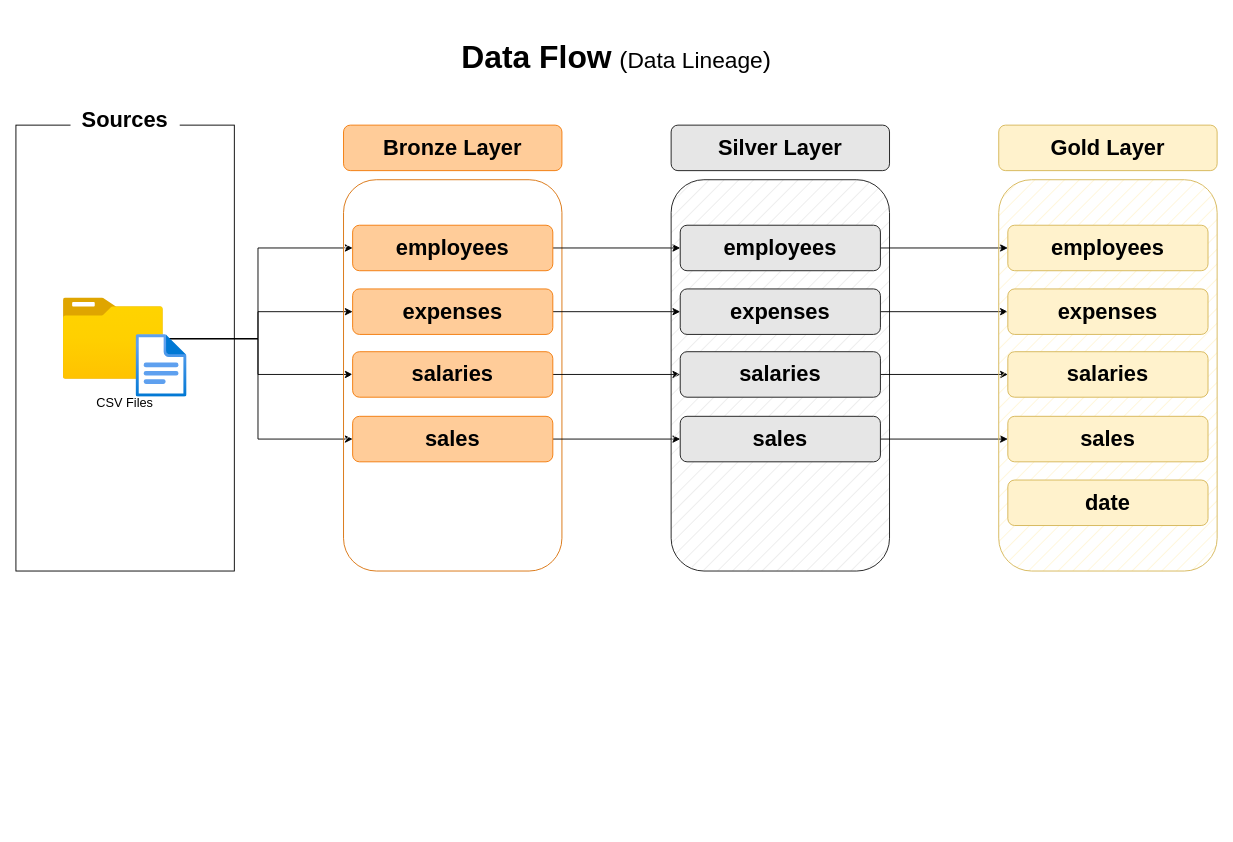
This is Data Engineer Projects/Sales Data Warehouse/docs/docs/Data Flow.drawio from marthag0311/Projects, a draw.io file, before an edit. Source tidied: cells renumbered, new cells numbered last; positions are measured from the earlier drawing's top-left corner, leaving out a move shared by most shapes. Both pictures are drawn from the tidied source at 91%, with x=0, y=0 at pixel (15, 15).
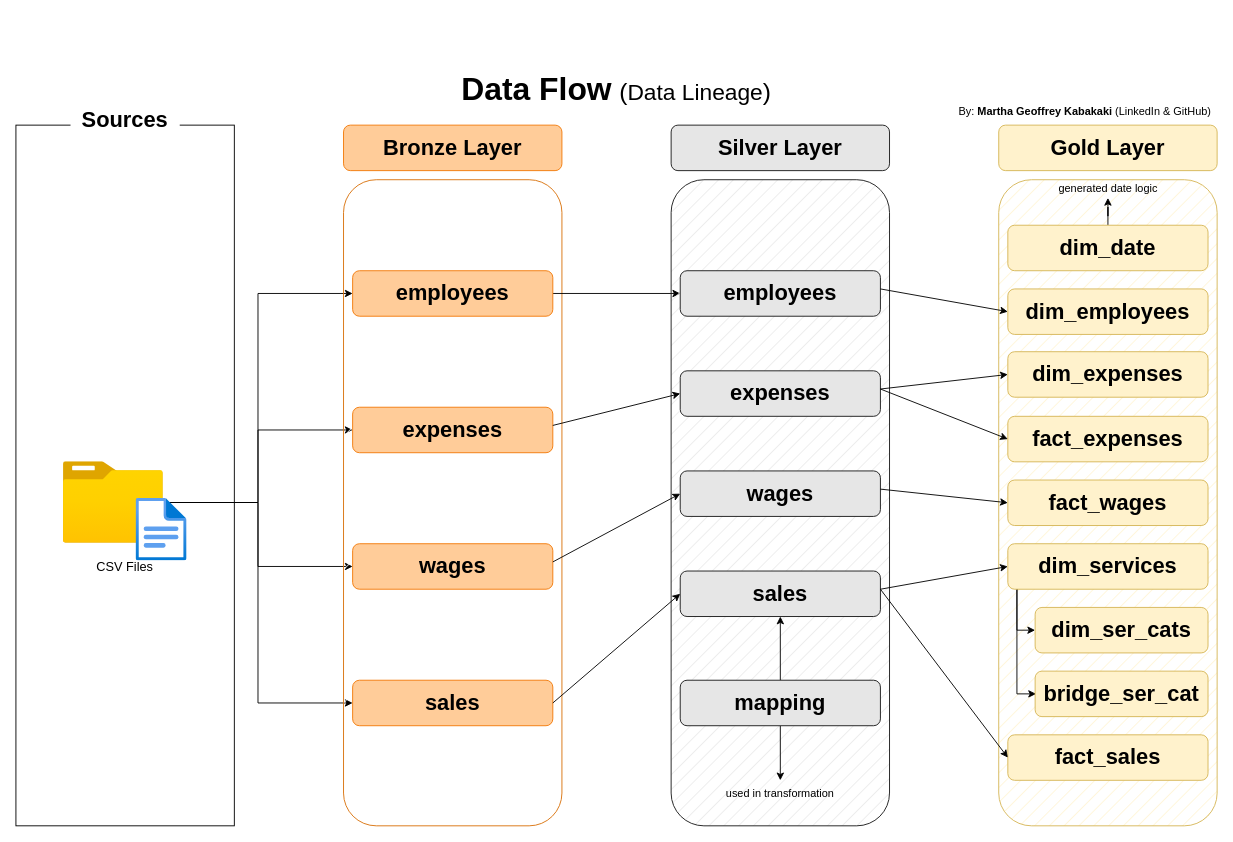
The same page after the edit.

The edit, as a diff of the source:
```diff
@@
     <mxCell id="2" style="rounded=0;whiteSpace=wrap;html=1;gradientColor=none;fillStyle=hatch;" parent="1" vertex="1">
-      <mxGeometry y="120" width="240" height="490" as="geometry" />
+      <mxGeometry y="120" width="240" height="770" as="geometry" />
     </mxCell>
@@
     <mxCell id="8" style="image;html=1;points=[];align=center;fontSize=12;image=img/lib/azure2/general/Folder_Blank.svg;" parent="1" vertex="1">
-      <mxGeometry x="52" y="310" width="110" height="89.3" as="geometry" />
+      <mxGeometry x="52" y="490" width="110" height="89.3" as="geometry" />
     </mxCell>
     <mxCell id="9" style="image;html=1;align=center;fontSize=12;image=img/lib/azure2/general/File.svg;" parent="1" vertex="1">
-      <mxGeometry x="132" y="350" width="56" height="69" as="geometry" />
+      <mxGeometry x="132" y="530" width="56" height="69" as="geometry" />
     </mxCell>
     <mxCell id="10" value="&lt;font style=&quot;font-size: 14px;&quot;&gt;CSV Files&lt;/font&gt;" style="text;html=1;align=center;verticalAlign=middle;whiteSpace=wrap;rounded=0;" parent="1" vertex="1">
-      <mxGeometry x="40" y="410" width="160" height="30" as="geometry" />
+      <mxGeometry x="40" y="590" width="160" height="30" as="geometry" />
     </mxCell>
     <mxCell id="11" style="rounded=1;whiteSpace=wrap;html=1;gradientColor=none;fillStyle=hatch;strokeColor=#d97008;" parent="1" vertex="1">
-      <mxGeometry x="360" y="180" width="240" height="430" as="geometry" />
+      <mxGeometry x="360" y="180" width="240" height="710" as="geometry" />
     </mxCell>
@@
     <mxCell id="14" value="&lt;font style=&quot;font-size: 24px;&quot;&gt;&lt;b&gt;employees&lt;/b&gt;&lt;/font&gt;" style="rounded=1;whiteSpace=wrap;html=1;fillColor=#FFCC99;strokeColor=#f27907;" parent="1" vertex="1">
-      <mxGeometry x="370" y="230" width="220" height="50" as="geometry" />
+      <mxGeometry x="370" y="280" width="220" height="50" as="geometry" />
     </mxCell>
-    <mxCell id="15" style="edgeStyle=orthogonalEdgeStyle;rounded=0;jettySize=auto;html=1;exitX=1;exitY=0.5;exitDx=0;exitDy=0;entryX=0;entryY=0.5;entryDx=0;entryDy=0;" parent="1" edge="1" source="16" target="26">
-      <mxGeometry relative="1" as="geometry" />
-    </mxCell>
     <mxCell id="16" value="&lt;font style=&quot;font-size: 24px;&quot;&gt;&lt;b&gt;expenses&lt;/b&gt;&lt;/font&gt;" style="rounded=1;whiteSpace=wrap;html=1;fillColor=#FFCC99;strokeColor=#f27907;" parent="1" vertex="1">
-      <mxGeometry x="370" y="300" width="220" height="50" as="geometry" />
+      <mxGeometry x="370" y="430" width="220" height="50" as="geometry" />
     </mxCell>
-    <mxCell id="17" style="edgeStyle=orthogonalEdgeStyle;rounded=0;jettySize=auto;html=1;exitX=1;exitY=0.5;exitDx=0;exitDy=0;entryX=0;entryY=0.5;entryDx=0;entryDy=0;" parent="1" edge="1" source="18" target="28">
-      <mxGeometry relative="1" as="geometry" />
-    </mxCell>
-    <mxCell id="18" value="&lt;font style=&quot;font-size: 24px;&quot;&gt;&lt;b&gt;salaries&lt;/b&gt;&lt;/font&gt;" style="rounded=1;whiteSpace=wrap;html=1;fillColor=#FFCC99;strokeColor=#f27907;" parent="1" vertex="1">
-      <mxGeometry x="370" y="369" width="220" height="50" as="geometry" />
+    <mxCell id="18" value="&lt;span style=&quot;font-size: 24px;&quot;&gt;&lt;b&gt;wages&lt;/b&gt;&lt;/span&gt;" style="rounded=1;whiteSpace=wrap;html=1;fillColor=#FFCC99;strokeColor=#f27907;" parent="1" vertex="1">
+      <mxGeometry x="370" y="580" width="220" height="50" as="geometry" />
     </mxCell>
-    <mxCell id="19" style="edgeStyle=orthogonalEdgeStyle;rounded=0;jettySize=auto;html=1;exitX=1;exitY=0.5;exitDx=0;exitDy=0;" parent="1" edge="1" source="20" target="30">
-      <mxGeometry relative="1" as="geometry" />
-    </mxCell>
     <mxCell id="20" value="&lt;font style=&quot;font-size: 24px;&quot;&gt;&lt;b&gt;sales&lt;/b&gt;&lt;/font&gt;" style="rounded=1;whiteSpace=wrap;html=1;fillColor=#FFCC99;strokeColor=#f27907;" parent="1" vertex="1">
-      <mxGeometry x="370" y="440" width="220" height="50" as="geometry" />
+      <mxGeometry x="370" y="730" width="220" height="50" as="geometry" />
     </mxCell>
     <mxCell id="21" style="rounded=1;whiteSpace=wrap;html=1;gradientColor=none;fillStyle=hatch;strokeColor=#171717;fillColor=#e6e6e6;" parent="1" vertex="1">
-      <mxGeometry x="720" y="180" width="240" height="430" as="geometry" />
+      <mxGeometry x="720" y="180" width="240" height="710" as="geometry" />
     </mxCell>
@@
-    <mxCell id="23" style="edgeStyle=orthogonalEdgeStyle;rounded=0;jettySize=auto;html=1;entryX=0;entryY=0.5;entryDx=0;entryDy=0;" parent="1" edge="1" source="24" target="33">
-      <mxGeometry relative="1" as="geometry" />
-    </mxCell>
     <mxCell id="24" value="&lt;font style=&quot;font-size: 24px;&quot;&gt;&lt;b&gt;employees&lt;/b&gt;&lt;/font&gt;" style="rounded=1;whiteSpace=wrap;html=1;fillColor=#e6e6e6;strokeColor=#171717;" parent="1" vertex="1">
-      <mxGeometry x="730" y="230" width="220" height="50" as="geometry" />
+      <mxGeometry x="730" y="280" width="220" height="50" as="geometry" />
     </mxCell>
-    <mxCell id="25" style="edgeStyle=orthogonalEdgeStyle;rounded=0;jettySize=auto;html=1;entryX=0;entryY=0.5;entryDx=0;entryDy=0;" parent="1" edge="1" source="26" target="34">
-      <mxGeometry relative="1" as="geometry" />
-    </mxCell>
     <mxCell id="26" value="&lt;font style=&quot;font-size: 24px;&quot;&gt;&lt;b&gt;expenses&lt;/b&gt;&lt;/font&gt;" style="rounded=1;whiteSpace=wrap;html=1;fillColor=#e6e6e6;strokeColor=#171717;" parent="1" vertex="1">
-      <mxGeometry x="730" y="300" width="220" height="50" as="geometry" />
+      <mxGeometry x="730" y="390" width="220" height="50" as="geometry" />
     </mxCell>
-    <mxCell id="27" style="edgeStyle=orthogonalEdgeStyle;rounded=0;jettySize=auto;html=1;entryX=0;entryY=0.5;entryDx=0;entryDy=0;" parent="1" edge="1" source="28" target="35">
-      <mxGeometry relative="1" as="geometry" />
-    </mxCell>
-    <mxCell id="28" value="&lt;font style=&quot;font-size: 24px;&quot;&gt;&lt;b&gt;salaries&lt;/b&gt;&lt;/font&gt;" style="rounded=1;whiteSpace=wrap;html=1;fillColor=#e6e6e6;strokeColor=#171717;" parent="1" vertex="1">
-      <mxGeometry x="730" y="369" width="220" height="50" as="geometry" />
+    <mxCell id="28" value="&lt;span style=&quot;font-size: 24px;&quot;&gt;&lt;b&gt;wages&lt;/b&gt;&lt;/span&gt;" style="rounded=1;whiteSpace=wrap;html=1;fillColor=#e6e6e6;strokeColor=#171717;" parent="1" vertex="1">
+      <mxGeometry x="730" y="500" width="220" height="50" as="geometry" />
     </mxCell>
-    <mxCell id="29" style="edgeStyle=orthogonalEdgeStyle;rounded=0;jettySize=auto;html=1;entryX=0;entryY=0.5;entryDx=0;entryDy=0;" parent="1" edge="1" source="30" target="36">
-      <mxGeometry relative="1" as="geometry" />
-    </mxCell>
     <mxCell id="30" value="&lt;font style=&quot;font-size: 24px;&quot;&gt;&lt;b&gt;sales&lt;/b&gt;&lt;/font&gt;" style="rounded=1;whiteSpace=wrap;html=1;fillColor=#e6e6e6;strokeColor=#171717;" parent="1" vertex="1">
-      <mxGeometry x="730" y="440" width="220" height="50" as="geometry" />
+      <mxGeometry x="730" y="610" width="220" height="50" as="geometry" />
     </mxCell>
     <mxCell id="31" style="rounded=1;whiteSpace=wrap;html=1;fillStyle=hatch;strokeColor=#d6b656;fillColor=#fff2cc;" parent="1" vertex="1">
-      <mxGeometry x="1080" y="180" width="240" height="430" as="geometry" />
+      <mxGeometry x="1080" y="180" width="240" height="710" as="geometry" />
     </mxCell>
@@
+    <mxCell id="39" style="edgeStyle=orthogonalEdgeStyle;rounded=0;jettySize=auto;html=1;" parent="1" edge="1" source="33" target="59">
+      <mxGeometry relative="1" as="geometry" />
+    </mxCell>
-    <mxCell id="33" value="&lt;font style=&quot;font-size: 24px;&quot;&gt;&lt;b&gt;employees&lt;/b&gt;&lt;/font&gt;" style="rounded=1;whiteSpace=wrap;html=1;fillColor=#fff2cc;strokeColor=#d6b656;" parent="1" vertex="1">
+    <mxCell id="33" value="&lt;span style=&quot;font-size: 24px;&quot;&gt;&lt;b&gt;dim_date&lt;/b&gt;&lt;/span&gt;" style="rounded=1;whiteSpace=wrap;html=1;fillColor=#fff2cc;strokeColor=#d6b656;" parent="1" vertex="1">
       <mxGeometry x="1090" y="230" width="220" height="50" as="geometry" />
     </mxCell>
-    <mxCell id="34" value="&lt;font style=&quot;font-size: 24px;&quot;&gt;&lt;b&gt;expenses&lt;/b&gt;&lt;/font&gt;" style="rounded=1;whiteSpace=wrap;html=1;fillColor=#fff2cc;strokeColor=#d6b656;" parent="1" vertex="1">
+    <mxCell id="34" value="&lt;font style=&quot;font-size: 24px;&quot;&gt;&lt;b&gt;dim_employees&lt;/b&gt;&lt;/font&gt;" style="rounded=1;whiteSpace=wrap;html=1;fillColor=#fff2cc;strokeColor=#d6b656;" parent="1" vertex="1">
       <mxGeometry x="1090" y="300" width="220" height="50" as="geometry" />
     </mxCell>
-    <mxCell id="35" value="&lt;font style=&quot;font-size: 24px;&quot;&gt;&lt;b&gt;salaries&lt;/b&gt;&lt;/font&gt;" style="rounded=1;whiteSpace=wrap;html=1;fillColor=#fff2cc;strokeColor=#d6b656;" parent="1" vertex="1">
+    <mxCell id="35" value="&lt;span style=&quot;font-size: 24px;&quot;&gt;&lt;b&gt;dim_expenses&lt;/b&gt;&lt;/span&gt;" style="rounded=1;whiteSpace=wrap;html=1;fillColor=#fff2cc;strokeColor=#d6b656;" parent="1" vertex="1">
       <mxGeometry x="1090" y="369" width="220" height="50" as="geometry" />
     </mxCell>
-    <mxCell id="36" value="&lt;font style=&quot;font-size: 24px;&quot;&gt;&lt;b&gt;sales&lt;/b&gt;&lt;/font&gt;" style="rounded=1;whiteSpace=wrap;html=1;fillColor=#fff2cc;strokeColor=#d6b656;" parent="1" vertex="1">
+    <mxCell id="36" value="&lt;font style=&quot;font-size: 24px;&quot;&gt;&lt;b&gt;fact_expenses&lt;/b&gt;&lt;/font&gt;" style="rounded=1;whiteSpace=wrap;html=1;fillColor=#fff2cc;strokeColor=#d6b656;" parent="1" vertex="1">
       <mxGeometry x="1090" y="440" width="220" height="50" as="geometry" />
     </mxCell>
-    <mxCell id="37" value="&lt;font style=&quot;font-size: 24px;&quot;&gt;&lt;b&gt;date&lt;/b&gt;&lt;/font&gt;" style="rounded=1;whiteSpace=wrap;html=1;fillColor=#fff2cc;strokeColor=#d6b656;" parent="1" vertex="1">
+    <mxCell id="37" value="&lt;font style=&quot;font-size: 24px;&quot;&gt;&lt;b&gt;fact_wages&lt;/b&gt;&lt;/font&gt;" style="rounded=1;whiteSpace=wrap;html=1;fillColor=#fff2cc;strokeColor=#d6b656;" parent="1" vertex="1">
       <mxGeometry x="1090" y="510" width="220" height="50" as="geometry" />
     </mxCell>
     <mxCell id="38" value="&lt;font style=&quot;font-size: 35px;&quot;&gt;&lt;b&gt;Data Flow&lt;/b&gt;&lt;/font&gt;&lt;font style=&quot;font-size: 30px;&quot;&gt; &lt;/font&gt;&lt;font style=&quot;font-size: 27px;&quot;&gt;(&lt;/font&gt;&lt;font style=&quot;font-size: 25px;&quot;&gt;Data Lineage&lt;/font&gt;&lt;font style=&quot;font-size: 27px;&quot;&gt;)&lt;/font&gt;" style="text;html=1;align=center;verticalAlign=middle;whiteSpace=wrap;rounded=0;" parent="1" vertex="1">
-      <mxGeometry x="450" width="420" height="90" as="geometry" />
+      <mxGeometry x="450" y="60" width="420" height="40" as="geometry" />
     </mxCell>
+    <mxCell id="40" value="By: &lt;b&gt;Martha Geoffrey Kabakaki &lt;/b&gt;(LinkedIn &amp;amp; GitHub)" style="text;html=1;align=center;verticalAlign=middle;whiteSpace=wrap;rounded=0;" parent="1" vertex="1">
+      <mxGeometry x="1030" y="90" width="290" height="30" as="geometry" />
+    </mxCell>
+    <mxCell id="41" style="edgeStyle=orthogonalEdgeStyle;rounded=0;jettySize=auto;html=1;" parent="1" edge="1" source="43" target="56">
+      <mxGeometry relative="1" as="geometry" />
+    </mxCell>
+    <mxCell id="42" style="edgeStyle=orthogonalEdgeStyle;rounded=0;jettySize=auto;html=1;" parent="1" edge="1" source="43" target="30">
+      <mxGeometry relative="1" as="geometry" />
+    </mxCell>
+    <mxCell id="43" value="&lt;font style=&quot;font-size: 24px;&quot;&gt;&lt;b&gt;mapping&lt;/b&gt;&lt;/font&gt;" style="rounded=1;whiteSpace=wrap;html=1;fillColor=#e6e6e6;strokeColor=#171717;" parent="1" vertex="1">
+      <mxGeometry x="730" y="730" width="220" height="50" as="geometry" />
+    </mxCell>
+    <mxCell id="19" style="endArrow=classic;html=1;rounded=0;entryX=0;entryY=0.5;entryDx=0;entryDy=0;exitX=1;exitY=0.5;exitDx=0;exitDy=0;" parent="1" edge="1" source="20" target="30">
+      <mxGeometry relative="1" as="geometry" />
+    </mxCell>
+    <mxCell id="44" style="edgeStyle=orthogonalEdgeStyle;rounded=0;jettySize=auto;html=1;entryX=0;entryY=0.5;entryDx=0;entryDy=0;" parent="1" edge="1" source="46" target="47">
+      <mxGeometry relative="1" as="geometry">
+        <Array as="points">
+          <mxPoint x="1100" y="675" />
+        </Array>
+      </mxGeometry>
+    </mxCell>
+    <mxCell id="45" style="edgeStyle=orthogonalEdgeStyle;rounded=0;orthogonalLoop=1;jettySize=auto;html=1;entryX=0;entryY=0.5;entryDx=0;entryDy=0;" parent="1" edge="1">
+      <mxGeometry relative="1" as="geometry">
+        <mxPoint x="1101" y="630" as="sourcePoint" />
+        <mxPoint x="1121" y="745" as="targetPoint" />
+        <Array as="points">
+          <mxPoint x="1100" y="630" />
+          <mxPoint x="1100" y="745" />
+        </Array>
+      </mxGeometry>
+    </mxCell>
+    <mxCell id="46" value="&lt;span style=&quot;font-size: 24px;&quot;&gt;&lt;b&gt;dim_services&lt;/b&gt;&lt;/span&gt;" style="rounded=1;whiteSpace=wrap;html=1;fillColor=#fff2cc;strokeColor=#d6b656;" parent="1" vertex="1">
+      <mxGeometry x="1090" y="580" width="220" height="50" as="geometry" />
+    </mxCell>
+    <mxCell id="47" value="&lt;font style=&quot;font-size: 24px;&quot;&gt;&lt;b&gt;dim_ser_cats&lt;/b&gt;&lt;/font&gt;" style="rounded=1;whiteSpace=wrap;html=1;fillColor=#fff2cc;strokeColor=#d6b656;" parent="1" vertex="1">
+      <mxGeometry x="1120" y="650" width="190" height="50" as="geometry" />
+    </mxCell>
+    <mxCell id="48" value="&lt;font style=&quot;font-size: 24px;&quot;&gt;&lt;b&gt;bridge_ser_cat&lt;/b&gt;&lt;/font&gt;" style="rounded=1;whiteSpace=wrap;html=1;fillColor=#fff2cc;strokeColor=#d6b656;" parent="1" vertex="1">
+      <mxGeometry x="1120" y="720" width="190" height="50" as="geometry" />
+    </mxCell>
+    <mxCell id="49" value="&lt;span style=&quot;font-size: 24px;&quot;&gt;&lt;b&gt;fact_sales&lt;/b&gt;&lt;/span&gt;" style="rounded=1;whiteSpace=wrap;html=1;fillColor=#fff2cc;strokeColor=#d6b656;" parent="1" vertex="1">
+      <mxGeometry x="1090" y="790" width="220" height="50" as="geometry" />
+    </mxCell>
+    <mxCell id="50" style="endArrow=classic;html=1;rounded=0;entryX=0;entryY=0.5;entryDx=0;entryDy=0;" parent="1" edge="1" target="34">
+      <mxGeometry relative="1" as="geometry">
+        <mxPoint x="950" y="300" as="sourcePoint" />
+      </mxGeometry>
+    </mxCell>
+    <mxCell id="51" style="endArrow=classic;html=1;rounded=0;entryX=0;entryY=0.5;entryDx=0;entryDy=0;" parent="1" edge="1" target="35">
+      <mxGeometry relative="1" as="geometry">
+        <mxPoint x="950" y="410" as="sourcePoint" />
+      </mxGeometry>
+    </mxCell>
+    <mxCell id="52" style="endArrow=classic;html=1;rounded=0;entryX=0;entryY=0.5;entryDx=0;entryDy=0;" parent="1" edge="1" target="36">
+      <mxGeometry relative="1" as="geometry">
+        <mxPoint x="950" y="410" as="sourcePoint" />
+      </mxGeometry>
+    </mxCell>
+    <mxCell id="53" style="endArrow=classic;html=1;rounded=0;entryX=0;entryY=0.5;entryDx=0;entryDy=0;" parent="1" edge="1" target="37">
+      <mxGeometry relative="1" as="geometry">
+        <mxPoint x="950" y="520" as="sourcePoint" />
+      </mxGeometry>
+    </mxCell>
+    <mxCell id="54" style="endArrow=classic;html=1;rounded=0;entryX=0;entryY=0.5;entryDx=0;entryDy=0;" parent="1" edge="1" target="46">
+      <mxGeometry relative="1" as="geometry">
+        <mxPoint x="950" y="630" as="sourcePoint" />
+      </mxGeometry>
+    </mxCell>
+    <mxCell id="55" style="endArrow=classic;html=1;rounded=0;entryX=0;entryY=0.5;entryDx=0;entryDy=0;" parent="1" edge="1" target="49">
+      <mxGeometry relative="1" as="geometry">
+        <mxPoint x="950" y="630" as="sourcePoint" />
+      </mxGeometry>
+    </mxCell>
+    <mxCell id="56" value="used in transformation" style="text;html=1;align=center;verticalAlign=middle;whiteSpace=wrap;rounded=0;" parent="1" vertex="1">
+      <mxGeometry x="775" y="840" width="130" height="30" as="geometry" />
+    </mxCell>
+    <mxCell id="57" style="endArrow=classic;html=1;rounded=0;entryX=0;entryY=0.5;entryDx=0;entryDy=0;" parent="1" edge="1" target="26">
+      <mxGeometry relative="1" as="geometry">
+        <mxPoint x="590" y="450" as="sourcePoint" />
+      </mxGeometry>
+    </mxCell>
+    <mxCell id="58" style="endArrow=classic;html=1;rounded=0;entryX=0;entryY=0.5;entryDx=0;entryDy=0;" parent="1" edge="1" target="28">
+      <mxGeometry relative="1" as="geometry">
+        <mxPoint x="590" y="600" as="sourcePoint" />
+      </mxGeometry>
+    </mxCell>
+    <mxCell id="59" value="generated date logic" style="text;html=1;align=center;verticalAlign=middle;whiteSpace=wrap;rounded=0;" parent="1" vertex="1">
+      <mxGeometry x="1140.5" y="180" width="119" height="20" as="geometry" />
+    </mxCell>
```
